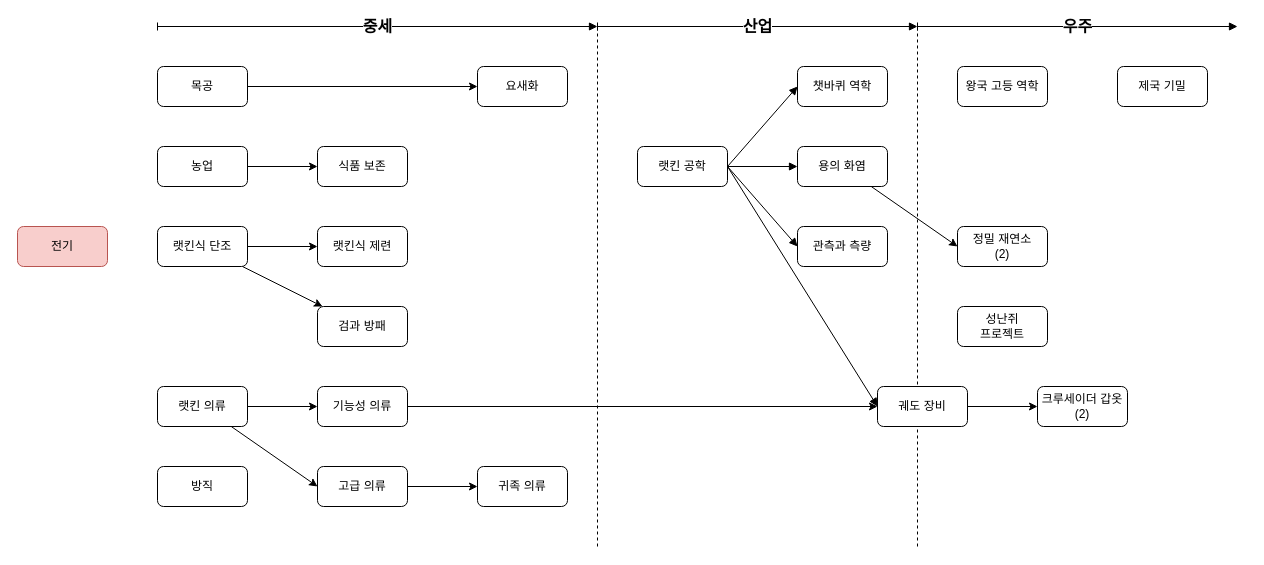
Above: 랫킨 연구 목록.drawio in solaris0115/Ratkin (draw.io), before the change. Source tidied: cells renumbered, new cells numbered last; positions are measured from the earlier drawing's top-left corner, leaving out a move shared by most shapes. Both pictures are drawn from the tidied source at 100%, with x=0, y=0 at pixel (17, 26).
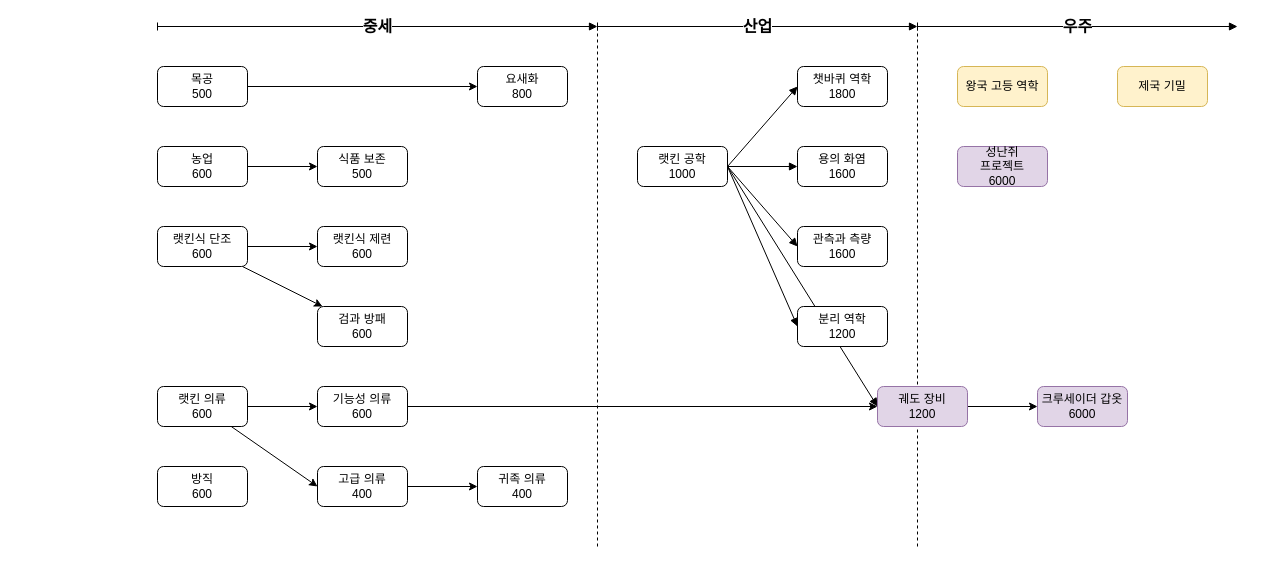
The same page after the edit.

The edit, as a diff of the source:
```diff
@@
-    <mxCell id="3" value="농업" style="rounded=1;whiteSpace=wrap;html=1;" parent="1" vertex="1">
+    <mxCell id="3" value="농업&lt;br&gt;600" style="rounded=1;whiteSpace=wrap;html=1;" parent="1" vertex="1">
       <mxGeometry x="140" y="120" width="90" height="40" as="geometry" />
     </mxCell>
-    <mxCell id="4" value="전기" style="rounded=1;whiteSpace=wrap;html=1;fillColor=#f8cecc;strokeColor=#b85450;" parent="1" vertex="1">
-      <mxGeometry y="200" width="90" height="40" as="geometry" />
-    </mxCell>
@@
-    <mxCell id="7" value="랫킨식 단조" style="rounded=1;whiteSpace=wrap;html=1;" parent="1" vertex="1">
+    <mxCell id="7" value="랫킨식 단조&lt;br&gt;600" style="rounded=1;whiteSpace=wrap;html=1;" parent="1" vertex="1">
       <mxGeometry x="140" y="200" width="90" height="40" as="geometry" />
     </mxCell>
@@
-    <mxCell id="9" value="목공" style="rounded=1;whiteSpace=wrap;html=1;" parent="1" vertex="1">
+    <mxCell id="9" value="목공&lt;br&gt;500" style="rounded=1;whiteSpace=wrap;html=1;" parent="1" vertex="1">
       <mxGeometry x="140" y="40" width="90" height="40" as="geometry" />
     </mxCell>
@@
+    <mxCell id="44" style="edgeStyle=none;rounded=0;jettySize=auto;html=1;exitX=1;exitY=0.5;exitDx=0;exitDy=0;entryX=0;entryY=0.5;entryDx=0;entryDy=0;fontSize=16;startArrow=none;startFill=0;endArrow=block;endFill=1;" parent="1" edge="1" source="14" target="45">
+      <mxGeometry relative="1" as="geometry" />
+    </mxCell>
-    <mxCell id="14" value="랫킨 공학" style="rounded=1;whiteSpace=wrap;html=1;" parent="1" vertex="1">
+    <mxCell id="14" value="랫킨 공학&lt;br&gt;1000" style="rounded=1;whiteSpace=wrap;html=1;" parent="1" vertex="1">
       <mxGeometry x="620" y="120" width="90" height="40" as="geometry" />
     </mxCell>
-    <mxCell id="15" style="edgeStyle=none;rounded=0;jettySize=auto;html=1;entryX=0;entryY=0.5;entryDx=0;entryDy=0;fontSize=11;startArrow=none;startFill=0;endArrow=classic;endFill=1;" parent="1" edge="1" source="16" target="34">
-      <mxGeometry relative="1" as="geometry" />
-    </mxCell>
-    <mxCell id="16" value="용의 화염" style="rounded=1;whiteSpace=wrap;html=1;" parent="1" vertex="1">
+    <mxCell id="16" value="용의 화염&lt;br&gt;1600" style="rounded=1;whiteSpace=wrap;html=1;" parent="1" vertex="1">
       <mxGeometry x="780" y="120" width="90" height="40" as="geometry" />
     </mxCell>
-    <mxCell id="17" value="왕국 고등 역학" style="rounded=1;whiteSpace=wrap;html=1;" parent="1" vertex="1">
+    <mxCell id="17" value="왕국 고등 역학" style="rounded=1;whiteSpace=wrap;html=1;fillColor=#fff2cc;strokeColor=#d6b656;" parent="1" vertex="1">
       <mxGeometry x="940" y="40" width="90" height="40" as="geometry" />
     </mxCell>
-    <mxCell id="18" value="제국 기밀" style="rounded=1;whiteSpace=wrap;html=1;" parent="1" vertex="1">
+    <mxCell id="18" value="제국 기밀" style="rounded=1;whiteSpace=wrap;html=1;fillColor=#fff2cc;strokeColor=#d6b656;" parent="1" vertex="1">
       <mxGeometry x="1100" y="40" width="90" height="40" as="geometry" />
     </mxCell>
@@
-    <mxCell id="21" value="랫킨 의류" style="rounded=1;whiteSpace=wrap;html=1;" parent="1" vertex="1">
+    <mxCell id="21" value="랫킨 의류&lt;br&gt;600" style="rounded=1;whiteSpace=wrap;html=1;" parent="1" vertex="1">
       <mxGeometry x="140" y="360" width="90" height="40" as="geometry" />
     </mxCell>
@@
-    <mxCell id="23" value="고급 의류" style="rounded=1;whiteSpace=wrap;html=1;" parent="1" vertex="1">
+    <mxCell id="23" value="고급 의류&lt;br&gt;400" style="rounded=1;whiteSpace=wrap;html=1;" parent="1" vertex="1">
       <mxGeometry x="300" y="440" width="90" height="40" as="geometry" />
     </mxCell>
@@
-    <mxCell id="25" value="기능성 의류" style="rounded=1;whiteSpace=wrap;html=1;" parent="1" vertex="1">
+    <mxCell id="25" value="기능성 의류&lt;br&gt;600" style="rounded=1;whiteSpace=wrap;html=1;" parent="1" vertex="1">
       <mxGeometry x="300" y="360" width="90" height="40" as="geometry" />
     </mxCell>
-    <mxCell id="26" value="귀족 의류" style="rounded=1;whiteSpace=wrap;html=1;" parent="1" vertex="1">
+    <mxCell id="26" value="귀족 의류&lt;br&gt;400" style="rounded=1;whiteSpace=wrap;html=1;" parent="1" vertex="1">
       <mxGeometry x="460" y="440" width="90" height="40" as="geometry" />
     </mxCell>
@@
-    <mxCell id="28" value="크루세이더 갑옷&lt;br&gt;(2)" style="rounded=1;whiteSpace=wrap;html=1;" parent="1" vertex="1">
+    <mxCell id="28" value="크루세이더 갑옷&lt;br&gt;6000" style="rounded=1;whiteSpace=wrap;html=1;fillColor=#e1d5e7;strokeColor=#9673a6;" parent="1" vertex="1">
       <mxGeometry x="1020" y="360" width="90" height="40" as="geometry" />
     </mxCell>
-    <mxCell id="29" value="방직" style="rounded=1;whiteSpace=wrap;html=1;" parent="1" vertex="1">
+    <mxCell id="29" value="방직&lt;br&gt;600" style="rounded=1;whiteSpace=wrap;html=1;" parent="1" vertex="1">
       <mxGeometry x="140" y="440" width="90" height="40" as="geometry" />
     </mxCell>
-    <mxCell id="30" value="요새화" style="rounded=1;whiteSpace=wrap;html=1;" parent="1" vertex="1">
+    <mxCell id="30" value="요새화&lt;br&gt;800" style="rounded=1;whiteSpace=wrap;html=1;" parent="1" vertex="1">
       <mxGeometry x="460" y="40" width="90" height="40" as="geometry" />
     </mxCell>
-    <mxCell id="31" value="식품 보존" style="rounded=1;whiteSpace=wrap;html=1;" parent="1" vertex="1">
+    <mxCell id="31" value="식품 보존&lt;br&gt;500" style="rounded=1;whiteSpace=wrap;html=1;" parent="1" vertex="1">
       <mxGeometry x="300" y="120" width="90" height="40" as="geometry" />
     </mxCell>
-    <mxCell id="32" value="검과 방패" style="rounded=1;whiteSpace=wrap;html=1;" parent="1" vertex="1">
+    <mxCell id="32" value="검과 방패&lt;br&gt;600" style="rounded=1;whiteSpace=wrap;html=1;" parent="1" vertex="1">
       <mxGeometry x="300" y="280" width="90" height="40" as="geometry" />
     </mxCell>
-    <mxCell id="33" value="랫킨식 제련" style="rounded=1;whiteSpace=wrap;html=1;" parent="1" vertex="1">
+    <mxCell id="33" value="랫킨식 제련&lt;br&gt;600" style="rounded=1;whiteSpace=wrap;html=1;" parent="1" vertex="1">
       <mxGeometry x="300" y="200" width="90" height="40" as="geometry" />
     </mxCell>
-    <mxCell id="34" value="정밀 재연소&lt;br&gt;(2)" style="rounded=1;whiteSpace=wrap;html=1;" parent="1" vertex="1">
-      <mxGeometry x="940" y="200" width="90" height="40" as="geometry" />
-    </mxCell>
@@
-    <mxCell id="40" value="챗바퀴 역학" style="rounded=1;whiteSpace=wrap;html=1;" parent="1" vertex="1">
+    <mxCell id="40" value="챗바퀴 역학&lt;br&gt;1800" style="rounded=1;whiteSpace=wrap;html=1;" parent="1" vertex="1">
       <mxGeometry x="780" y="40" width="90" height="40" as="geometry" />
     </mxCell>
-    <mxCell id="41" value="성난쥐&lt;br&gt;프로젝트" style="rounded=1;whiteSpace=wrap;html=1;" parent="1" vertex="1">
-      <mxGeometry x="940" y="280" width="90" height="40" as="geometry" />
+    <mxCell id="41" value="성난쥐&lt;br&gt;프로젝트&lt;br&gt;6000" style="rounded=1;whiteSpace=wrap;html=1;fillColor=#e1d5e7;strokeColor=#9673a6;" parent="1" vertex="1">
+      <mxGeometry x="940" y="120" width="90" height="40" as="geometry" />
     </mxCell>
-    <mxCell id="42" value="관측과 측량" style="rounded=1;whiteSpace=wrap;html=1;" parent="1" vertex="1">
+    <mxCell id="42" value="관측과 측량&lt;br&gt;1600" style="rounded=1;whiteSpace=wrap;html=1;" parent="1" vertex="1">
       <mxGeometry x="780" y="200" width="90" height="40" as="geometry" />
     </mxCell>
-    <mxCell id="43" value="궤도 장비" style="rounded=1;whiteSpace=wrap;html=1;" parent="1" vertex="1">
+    <mxCell id="43" value="궤도 장비&lt;br&gt;1200" style="rounded=1;whiteSpace=wrap;html=1;fillColor=#e1d5e7;strokeColor=#9673a6;" parent="1" vertex="1">
       <mxGeometry x="860" y="360" width="90" height="40" as="geometry" />
     </mxCell>
+    <mxCell id="45" value="분리 역학&lt;br&gt;1200" style="rounded=1;whiteSpace=wrap;html=1;" parent="1" vertex="1">
+      <mxGeometry x="780" y="280" width="90" height="40" as="geometry" />
+    </mxCell>
```
